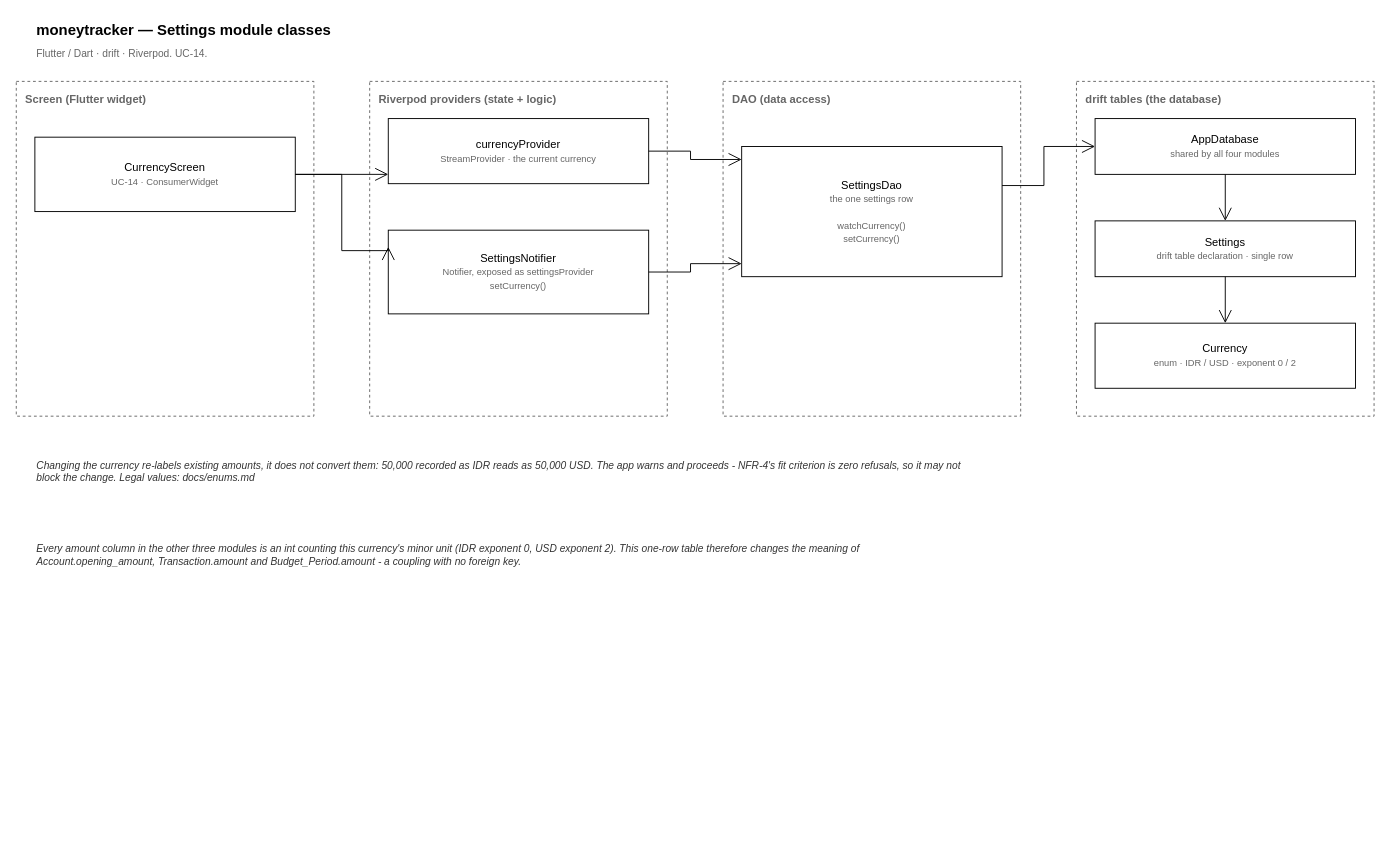
The draw.io diagram docs/diagrams/class-settings.drawio in EldwinPr/uangsaku, before the edit. Source tidied: cells renumbered, new cells numbered last; positions are measured from the earlier drawing's top-left corner, leaving out a move shared by most shapes. Both pictures are drawn from the tidied source at 93%, with x=0, y=0 at pixel (16, 16).
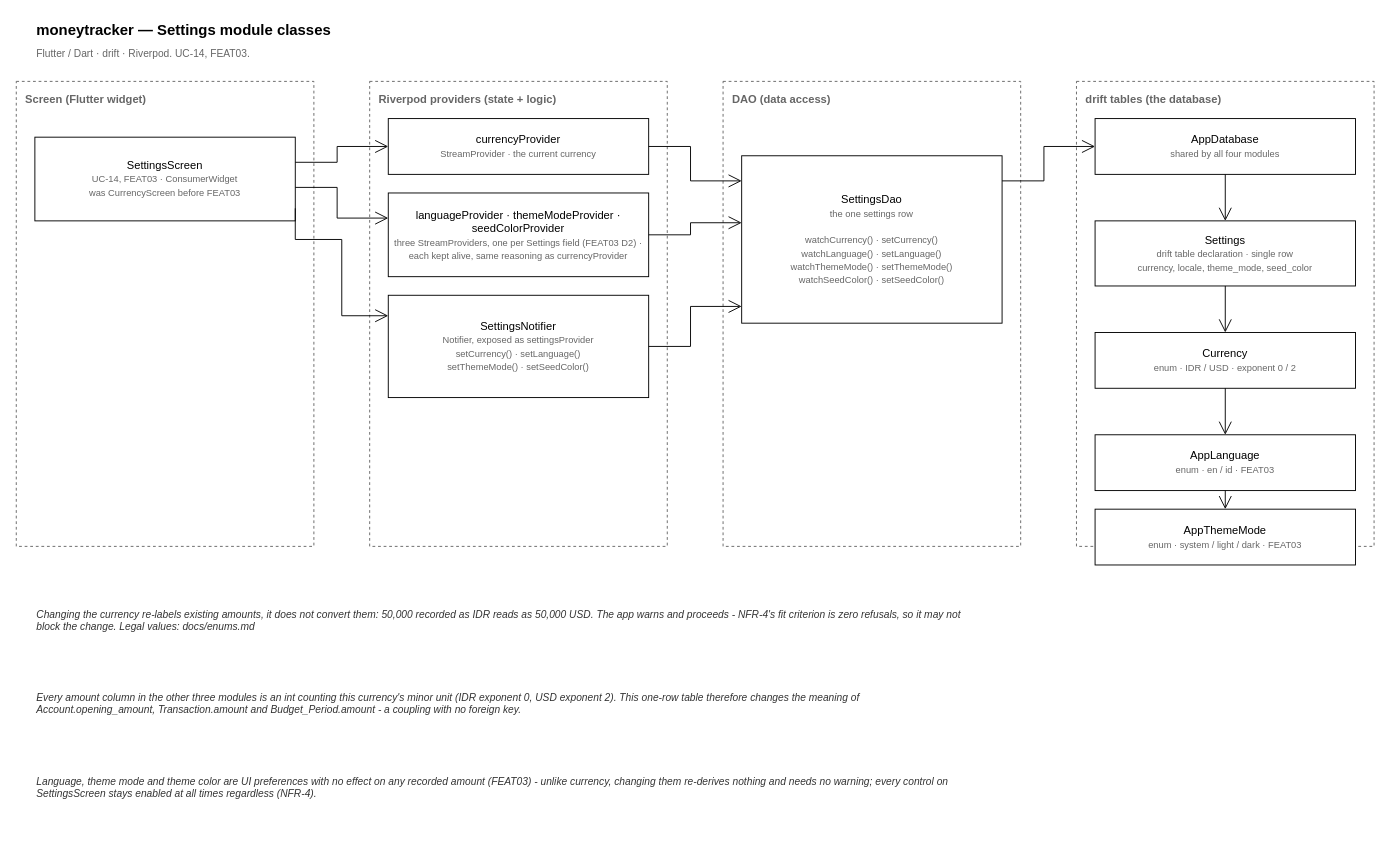
The same page after the edit.

Unchanged cells that the change refers to:
```xml
<mxCell id="12" value="AppDatabase&lt;br&gt;&lt;font style=&quot;font-size:10px&quot; color=&quot;#666666&quot;&gt;shared by all four modules&lt;/font&gt;" style="rounded=0;whiteSpace=wrap;html=1;" parent="1" vertex="1">
  <mxGeometry x="1160" y="110" width="280" height="60" as="geometry" />
</mxCell>
```

The edit, as a diff of the source:
```diff
@@
-    <mxCell id="3" value="Flutter / Dart · drift · Riverpod. UC-14." style="text;html=1;align=left;verticalAlign=middle;fontSize=11;fontColor=#666666;" parent="1" vertex="1">
+    <mxCell id="3" value="Flutter / Dart · drift · Riverpod. UC-14, FEAT03." style="text;html=1;align=left;verticalAlign=middle;fontSize=11;fontColor=#666666;" parent="1" vertex="1">
       <mxGeometry x="20" y="30" width="700" height="20" as="geometry" />
     </mxCell>
     <mxCell id="4" value="Screen (Flutter widget)" style="rounded=0;whiteSpace=wrap;html=1;dashed=1;fillColor=none;strokeColor=#666666;verticalAlign=top;align=left;spacingLeft=8;spacingTop=6;fontStyle=1;fontColor=#666666;" parent="1" vertex="1">
-      <mxGeometry y="70" width="320" height="360" as="geometry" />
+      <mxGeometry y="70" width="320" height="500" as="geometry" />
     </mxCell>
     <mxCell id="5" value="Riverpod providers (state + logic)" style="rounded=0;whiteSpace=wrap;html=1;dashed=1;fillColor=none;strokeColor=#666666;verticalAlign=top;align=left;spacingLeft=8;spacingTop=6;fontStyle=1;fontColor=#666666;" parent="1" vertex="1">
-      <mxGeometry x="380" y="70" width="320" height="360" as="geometry" />
+      <mxGeometry x="380" y="70" width="320" height="500" as="geometry" />
     </mxCell>
     <mxCell id="6" value="DAO (data access)" style="rounded=0;whiteSpace=wrap;html=1;dashed=1;fillColor=none;strokeColor=#666666;verticalAlign=top;align=left;spacingLeft=8;spacingTop=6;fontStyle=1;fontColor=#666666;" parent="1" vertex="1">
-      <mxGeometry x="760" y="70" width="320" height="360" as="geometry" />
+      <mxGeometry x="760" y="70" width="320" height="500" as="geometry" />
     </mxCell>
     <mxCell id="7" value="drift tables (the database)" style="rounded=0;whiteSpace=wrap;html=1;dashed=1;fillColor=none;strokeColor=#666666;verticalAlign=top;align=left;spacingLeft=8;spacingTop=6;fontStyle=1;fontColor=#666666;" parent="1" vertex="1">
-      <mxGeometry x="1140" y="70" width="320" height="360" as="geometry" />
+      <mxGeometry x="1140" y="70" width="320" height="500" as="geometry" />
     </mxCell>
-    <mxCell id="8" value="CurrencyScreen&lt;br&gt;&lt;font style=&quot;font-size:10px&quot; color=&quot;#666666&quot;&gt;UC-14 · ConsumerWidget&lt;/font&gt;" style="rounded=0;whiteSpace=wrap;html=1;" parent="1" vertex="1">
-      <mxGeometry x="20" y="130" width="280" height="80" as="geometry" />
+    <mxCell id="8" value="SettingsScreen&lt;br&gt;&lt;font style=&quot;font-size:10px&quot; color=&quot;#666666&quot;&gt;UC-14, FEAT03 · ConsumerWidget&lt;br&gt;was CurrencyScreen before FEAT03&lt;/font&gt;" style="rounded=0;whiteSpace=wrap;html=1;" parent="1" vertex="1">
+      <mxGeometry x="20" y="130" width="280" height="90" as="geometry" />
     </mxCell>
     <mxCell id="9" value="currencyProvider&lt;br&gt;&lt;font style=&quot;font-size:10px&quot; color=&quot;#666666&quot;&gt;StreamProvider · the current currency&lt;/font&gt;" style="rounded=0;whiteSpace=wrap;html=1;" parent="1" vertex="1">
-      <mxGeometry x="400" y="110" width="280" height="70" as="geometry" />
+      <mxGeometry x="400" y="110" width="280" height="60" as="geometry" />
     </mxCell>
+    <mxCell id="24" value="languageProvider · themeModeProvider · seedColorProvider&lt;br&gt;&lt;font style=&quot;font-size:10px&quot; color=&quot;#666666&quot;&gt;three StreamProviders, one per Settings field (FEAT03 D2) · each kept alive, same reasoning as currencyProvider&lt;/font&gt;" style="rounded=0;whiteSpace=wrap;html=1;" parent="1" vertex="1">
+      <mxGeometry x="400" y="190" width="280" height="90" as="geometry" />
+    </mxCell>
-    <mxCell id="10" value="SettingsNotifier&lt;br&gt;&lt;font style=&quot;font-size:10px&quot; color=&quot;#666666&quot;&gt;Notifier, exposed as settingsProvider&lt;br&gt;setCurrency()&lt;/font&gt;" style="rounded=0;whiteSpace=wrap;html=1;" parent="1" vertex="1">
-      <mxGeometry x="400" y="230" width="280" height="90" as="geometry" />
+    <mxCell id="10" value="SettingsNotifier&lt;br&gt;&lt;font style=&quot;font-size:10px&quot; color=&quot;#666666&quot;&gt;Notifier, exposed as settingsProvider&lt;br&gt;setCurrency() · setLanguage()&lt;br&gt;setThemeMode() · setSeedColor()&lt;/font&gt;" style="rounded=0;whiteSpace=wrap;html=1;" parent="1" vertex="1">
+      <mxGeometry x="400" y="300" width="280" height="110" as="geometry" />
     </mxCell>
-    <mxCell id="11" value="SettingsDao&lt;br&gt;&lt;font style=&quot;font-size:10px&quot; color=&quot;#666666&quot;&gt;the one settings row&lt;br&gt;&lt;br&gt;watchCurrency()&lt;br&gt;setCurrency()&lt;/font&gt;" style="rounded=0;whiteSpace=wrap;html=1;" parent="1" vertex="1">
-      <mxGeometry x="780" y="140" width="280" height="140" as="geometry" />
+    <mxCell id="11" value="SettingsDao&lt;br&gt;&lt;font style=&quot;font-size:10px&quot; color=&quot;#666666&quot;&gt;the one settings row&lt;br&gt;&lt;br&gt;watchCurrency() · setCurrency()&lt;br&gt;watchLanguage() · setLanguage()&lt;br&gt;watchThemeMode() · setThemeMode()&lt;br&gt;watchSeedColor() · setSeedColor()&lt;/font&gt;" style="rounded=0;whiteSpace=wrap;html=1;" parent="1" vertex="1">
+      <mxGeometry x="780" y="150" width="280" height="180" as="geometry" />
     </mxCell>
@@
-    <mxCell id="13" value="Settings&lt;br&gt;&lt;font style=&quot;font-size:10px&quot; color=&quot;#666666&quot;&gt;drift table declaration · single row&lt;/font&gt;" style="rounded=0;whiteSpace=wrap;html=1;" parent="1" vertex="1">
-      <mxGeometry x="1160" y="220" width="280" height="60" as="geometry" />
+    <mxCell id="13" value="Settings&lt;br&gt;&lt;font style=&quot;font-size:10px&quot; color=&quot;#666666&quot;&gt;drift table declaration · single row&lt;br&gt;currency, locale, theme_mode, seed_color&lt;/font&gt;" style="rounded=0;whiteSpace=wrap;html=1;" parent="1" vertex="1">
+      <mxGeometry x="1160" y="220" width="280" height="70" as="geometry" />
     </mxCell>
     <mxCell id="14" value="Currency&lt;br&gt;&lt;font style=&quot;font-size:10px&quot; color=&quot;#666666&quot;&gt;enum · IDR / USD · exponent 0 / 2&lt;/font&gt;" style="rounded=0;whiteSpace=wrap;html=1;" parent="1" vertex="1">
-      <mxGeometry x="1160" y="330" width="280" height="70" as="geometry" />
+      <mxGeometry x="1160" y="340" width="280" height="60" as="geometry" />
     </mxCell>
+    <mxCell id="25" value="AppLanguage&lt;br&gt;&lt;font style=&quot;font-size:10px&quot; color=&quot;#666666&quot;&gt;enum · en / id · FEAT03&lt;/font&gt;" style="rounded=0;whiteSpace=wrap;html=1;" parent="1" vertex="1">
+      <mxGeometry x="1160" y="450" width="280" height="60" as="geometry" />
+    </mxCell>
+    <mxCell id="26" value="AppThemeMode&lt;br&gt;&lt;font style=&quot;font-size:10px&quot; color=&quot;#666666&quot;&gt;enum · system / light / dark · FEAT03&lt;/font&gt;" style="rounded=0;whiteSpace=wrap;html=1;" parent="1" vertex="1">
+      <mxGeometry x="1160" y="530" width="280" height="60" as="geometry" />
+    </mxCell>
-    <mxCell id="15" style="edgeStyle=orthogonalEdgeStyle;rounded=0;jettySize=auto;html=1;endArrow=open;endSize=12;exitX=1;exitY=0.5;exitDx=0;exitDy=0;entryX=0;entryY=0.857;entryDx=0;entryDy=0;" parent="1" edge="1" source="8" target="9">
+    <mxCell id="15" style="edgeStyle=orthogonalEdgeStyle;rounded=0;jettySize=auto;html=1;endArrow=open;endSize=12;exitX=1;exitY=0.3;exitDx=0;exitDy=0;entryX=0;entryY=0.5;entryDx=0;entryDy=0;" parent="1" edge="1" source="8" target="9">
       <mxGeometry relative="1" as="geometry" />
     </mxCell>
+    <mxCell id="27" style="edgeStyle=orthogonalEdgeStyle;rounded=0;jettySize=auto;html=1;endArrow=open;endSize=12;exitX=1;exitY=0.6;exitDx=0;exitDy=0;entryX=0;entryY=0.3;entryDx=0;entryDy=0;" parent="1" edge="1" source="8" target="24">
+      <mxGeometry relative="1" as="geometry" />
+    </mxCell>
-    <mxCell id="16" style="edgeStyle=orthogonalEdgeStyle;rounded=0;jettySize=auto;html=1;endArrow=open;endSize=12;exitX=1;exitY=0.5;exitDx=0;exitDy=0;entryX=0;entryY=0.2;entryDx=0;entryDy=0;" parent="1" edge="1" source="8" target="10">
+    <mxCell id="16" style="edgeStyle=orthogonalEdgeStyle;rounded=0;jettySize=auto;html=1;endArrow=open;endSize=12;exitX=1;exitY=0.85;exitDx=0;exitDy=0;entryX=0;entryY=0.2;entryDx=0;entryDy=0;" parent="1" edge="1" source="8" target="10">
       <mxGeometry relative="1" as="geometry">
         <Array as="points">
-          <mxPoint x="350" y="170" />
-          <mxPoint x="350" y="252" />
+          <mxPoint x="350" y="240" />
+          <mxPoint x="350" y="322" />
         </Array>
       </mxGeometry>
     </mxCell>
-    <mxCell id="17" style="edgeStyle=orthogonalEdgeStyle;rounded=0;jettySize=auto;html=1;endArrow=open;endSize=12;exitX=1;exitY=0.5;exitDx=0;exitDy=0;entryX=0;entryY=0.1;entryDx=0;entryDy=0;" parent="1" edge="1" source="9" target="11">
+    <mxCell id="17" style="edgeStyle=orthogonalEdgeStyle;rounded=0;jettySize=auto;html=1;endArrow=open;endSize=12;exitX=1;exitY=0.5;exitDx=0;exitDy=0;entryX=0;entryY=0.15;entryDx=0;entryDy=0;" parent="1" edge="1" source="9" target="11">
       <mxGeometry relative="1" as="geometry" />
     </mxCell>
+    <mxCell id="28" style="edgeStyle=orthogonalEdgeStyle;rounded=0;jettySize=auto;html=1;endArrow=open;endSize=12;exitX=1;exitY=0.5;exitDx=0;exitDy=0;entryX=0;entryY=0.4;entryDx=0;entryDy=0;" parent="1" edge="1" source="24" target="11">
+      <mxGeometry relative="1" as="geometry" />
+    </mxCell>
@@
-    <mxCell id="19" style="edgeStyle=orthogonalEdgeStyle;rounded=0;jettySize=auto;html=1;endArrow=open;endSize=12;exitX=1;exitY=0.3;exitDx=0;exitDy=0;entryX=0;entryY=0.5;entryDx=0;entryDy=0;" parent="1" edge="1" source="11" target="12">
+    <mxCell id="19" style="edgeStyle=orthogonalEdgeStyle;rounded=0;jettySize=auto;html=1;endArrow=open;endSize=12;exitX=1;exitY=0.15;exitDx=0;exitDy=0;entryX=0;entryY=0.5;entryDx=0;entryDy=0;" parent="1" edge="1" source="11" target="12">
       <mxGeometry relative="1" as="geometry" />
     </mxCell>
@@
+    <mxCell id="29" style="edgeStyle=orthogonalEdgeStyle;rounded=0;jettySize=auto;html=1;endArrow=open;endSize=12;exitX=0.5;exitY=1;exitDx=0;exitDy=0;entryX=0.5;entryY=0;entryDx=0;entryDy=0;" parent="1" edge="1" source="14" target="25">
+      <mxGeometry relative="1" as="geometry" />
+    </mxCell>
+    <mxCell id="30" style="edgeStyle=orthogonalEdgeStyle;rounded=0;jettySize=auto;html=1;endArrow=open;endSize=12;exitX=0.5;exitY=1;exitDx=0;exitDy=0;entryX=0.5;entryY=0;entryDx=0;entryDy=0;" parent="1" edge="1" source="25" target="26">
+      <mxGeometry relative="1" as="geometry" />
+    </mxCell>
     <mxCell id="22" value="Changing the currency re-labels existing amounts, it does not convert them: 50,000 recorded as IDR reads as 50,000 USD. The app warns and proceeds - NFR-4's fit criterion is zero refusals, so it may not block the change. Legal values: docs/enums.md" style="text;html=1;align=left;verticalAlign=top;fontSize=11;fontColor=#333333;fontStyle=2;whiteSpace=wrap;" parent="1" vertex="1">
-      <mxGeometry x="20" y="470" width="1000" height="70" as="geometry" />
+      <mxGeometry x="20" y="630" width="1000" height="70" as="geometry" />
     </mxCell>
     <mxCell id="23" value="Every amount column in the other three modules is an int counting this currency's minor unit (IDR exponent 0, USD exponent 2). This one-row table therefore changes the meaning of Account.opening_amount, Transaction.amount and Budget_Period.amount - a coupling with no foreign key." style="text;html=1;align=left;verticalAlign=top;fontSize=11;fontColor=#333333;fontStyle=2;whiteSpace=wrap;" parent="1" vertex="1">
-      <mxGeometry x="20" y="560" width="1000" height="70" as="geometry" />
+      <mxGeometry x="20" y="720" width="1000" height="70" as="geometry" />
     </mxCell>
+    <mxCell id="31" value="Language, theme mode and theme color are UI preferences with no effect on any recorded amount (FEAT03) - unlike currency, changing them re-derives nothing and needs no warning; every control on SettingsScreen stays enabled at all times regardless (NFR-4)." style="text;html=1;align=left;verticalAlign=top;fontSize=11;fontColor=#333333;fontStyle=2;whiteSpace=wrap;" parent="1" vertex="1">
+      <mxGeometry x="20" y="810" width="1000" height="60" as="geometry" />
+    </mxCell>
```
